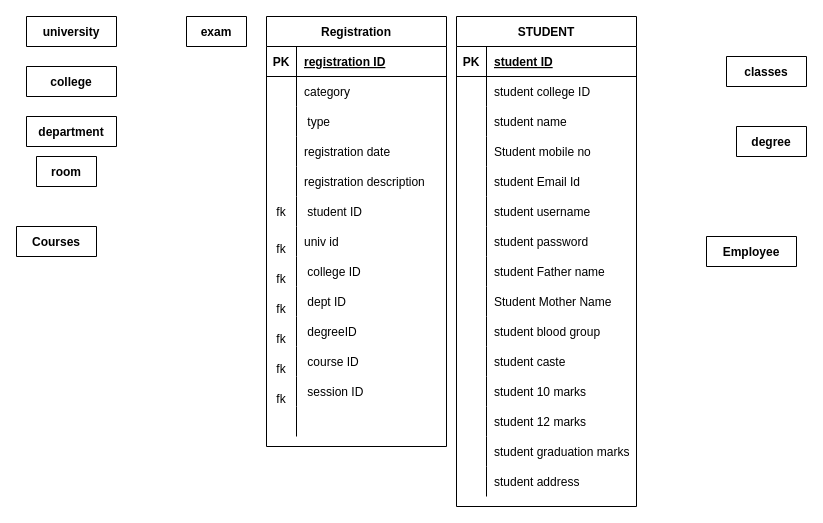
Above: page "Page-1" (1 of 2) of un.drawio in sumantiwari/graph (draw.io), before the change. Source tidied: cells renumbered, new cells numbered last; positions are measured from the earlier drawing's top-left corner, leaving out a move shared by most shapes. Both pictures are drawn from the tidied source at 100%, with x=0, y=0 at pixel (16, 16).
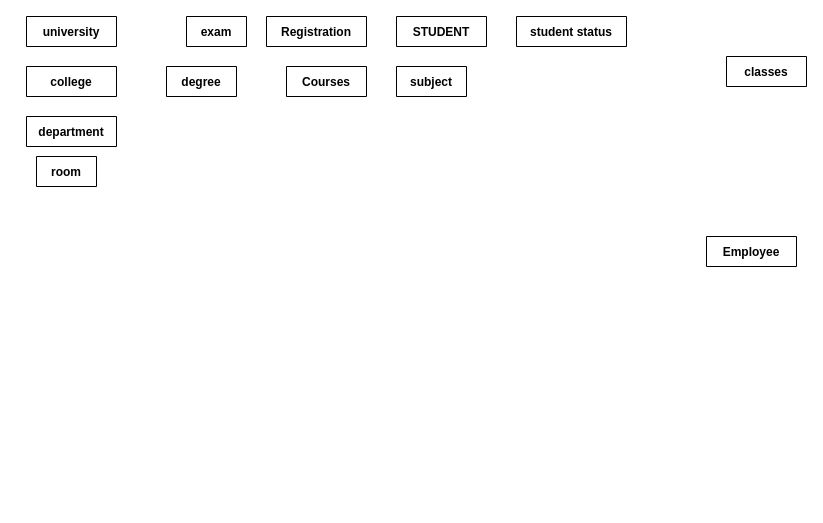
Above is the later version.

What changed in the source:
```diff
@@
-    <mxCell id="8" value="Registration" style="shape=table;startSize=30;childLayout=tableLayout;rowLines=0;fontStyle=1;align=center;" parent="1" vertex="1">
-      <mxGeometry x="250" width="180" height="430" as="geometry" />
+    <mxCell id="8" value="Registration" style="shape=table;startSize=30;childLayout=tableLayout;rowLines=0;fontStyle=1;align=center;" parent="1" vertex="1" collapsed="1">
+      <mxGeometry x="250" width="100" height="30" as="geometry" />
     </mxCell>
-    <mxCell id="9" style="shape=partialRectangle;fillColor=none;top=0;left=0;bottom=1;right=0;" parent="8" vertex="1">
-      <mxGeometry y="30" width="180" height="30" as="geometry" />
-    </mxCell>
-    <mxCell id="10" value="PK" style="shape=partialRectangle;fillColor=none;top=0;left=0;bottom=0;right=0;fontStyle=1;overflow=hidden;" parent="9" vertex="1">
-      <mxGeometry width="30" height="30" as="geometry" />
-    </mxCell>
-    <mxCell id="11" value="registration ID" style="shape=partialRectangle;fillColor=none;top=0;left=0;bottom=0;right=0;align=left;spacingLeft=6;fontStyle=5;overflow=hidden;" parent="9" vertex="1">
-      <mxGeometry x="30" width="150" height="30" as="geometry" />
-    </mxCell>
-    <mxCell id="12" style="shape=partialRectangle;fillColor=none;top=0;left=0;bottom=0;right=0;" parent="8" vertex="1">
-      <mxGeometry y="60" width="180" height="30" as="geometry" />
-    </mxCell>
-    <mxCell id="13" style="shape=partialRectangle;fillColor=none;top=0;left=0;bottom=0;right=0;overflow=hidden;" parent="12" vertex="1">
-      <mxGeometry width="30" height="30" as="geometry" />
-    </mxCell>
-    <mxCell id="14" value="category" style="shape=partialRectangle;fillColor=none;top=0;left=0;bottom=0;right=0;align=left;spacingLeft=6;overflow=hidden;" parent="12" vertex="1">
-      <mxGeometry x="30" width="150" height="30" as="geometry" />
-    </mxCell>
-    <mxCell id="15" style="shape=partialRectangle;fillColor=none;top=0;left=0;bottom=0;right=0;" parent="8" vertex="1">
-      <mxGeometry y="90" width="180" height="30" as="geometry" />
-    </mxCell>
-    <mxCell id="16" style="shape=partialRectangle;fillColor=none;top=0;left=0;bottom=0;right=0;overflow=hidden;" parent="15" vertex="1">
-      <mxGeometry width="30" height="30" as="geometry" />
-    </mxCell>
-    <mxCell id="17" value=" type" style="shape=partialRectangle;fillColor=none;top=0;left=0;bottom=0;right=0;align=left;spacingLeft=6;overflow=hidden;" parent="15" vertex="1">
-      <mxGeometry x="30" width="150" height="30" as="geometry" />
-    </mxCell>
-    <mxCell id="18" style="shape=partialRectangle;fillColor=none;top=0;left=0;bottom=0;right=0;" parent="8" vertex="1">
-      <mxGeometry y="120" width="180" height="30" as="geometry" />
-    </mxCell>
-    <mxCell id="19" style="shape=partialRectangle;fillColor=none;top=0;left=0;bottom=0;right=0;overflow=hidden;" parent="18" vertex="1">
-      <mxGeometry width="30" height="30" as="geometry" />
-    </mxCell>
-    <mxCell id="20" value="registration date" style="shape=partialRectangle;fillColor=none;top=0;left=0;bottom=0;right=0;align=left;spacingLeft=6;overflow=hidden;" parent="18" vertex="1">
-      <mxGeometry x="30" width="150" height="30" as="geometry" />
-    </mxCell>
-    <mxCell id="21" style="shape=partialRectangle;fillColor=none;top=0;left=0;bottom=0;right=0;" parent="8" vertex="1">
-      <mxGeometry y="150" width="180" height="30" as="geometry" />
-    </mxCell>
-    <mxCell id="22" style="shape=partialRectangle;fillColor=none;top=0;left=0;bottom=0;right=0;overflow=hidden;" parent="21" vertex="1">
-      <mxGeometry width="30" height="30" as="geometry" />
-    </mxCell>
-    <mxCell id="23" value="registration description" style="shape=partialRectangle;fillColor=none;top=0;left=0;bottom=0;right=0;align=left;spacingLeft=6;overflow=hidden;" parent="21" vertex="1">
-      <mxGeometry x="30" width="150" height="30" as="geometry" />
-    </mxCell>
-    <mxCell id="24" style="shape=partialRectangle;fillColor=none;top=0;left=0;bottom=0;right=0;" parent="8" vertex="1">
-      <mxGeometry y="180" width="180" height="30" as="geometry" />
-    </mxCell>
-    <mxCell id="25" value="fk" style="shape=partialRectangle;fillColor=none;top=0;left=0;bottom=0;right=0;overflow=hidden;" parent="24" vertex="1">
-      <mxGeometry width="30" height="30" as="geometry" />
-    </mxCell>
-    <mxCell id="26" value=" student ID" style="shape=partialRectangle;fillColor=none;top=0;left=0;bottom=0;right=0;align=left;spacingLeft=6;overflow=hidden;" parent="24" vertex="1">
-      <mxGeometry x="30" width="150" height="30" as="geometry" />
-    </mxCell>
-    <mxCell id="27" style="shape=partialRectangle;fillColor=none;top=0;left=0;bottom=0;right=0;" parent="8" vertex="1">
-      <mxGeometry y="210" width="180" height="30" as="geometry" />
-    </mxCell>
-    <mxCell id="28" value="&#10;fk&#10;&#10;" style="shape=partialRectangle;fillColor=none;top=0;left=0;bottom=0;right=0;overflow=hidden;" parent="27" vertex="1">
-      <mxGeometry width="30" height="30" as="geometry" />
-    </mxCell>
-    <mxCell id="29" value="univ id" style="shape=partialRectangle;fillColor=none;top=0;left=0;bottom=0;right=0;align=left;spacingLeft=6;overflow=hidden;" parent="27" vertex="1">
-      <mxGeometry x="30" width="150" height="30" as="geometry" />
-    </mxCell>
-    <mxCell id="30" style="shape=partialRectangle;fillColor=none;top=0;left=0;bottom=0;right=0;" parent="8" vertex="1">
-      <mxGeometry y="240" width="180" height="30" as="geometry" />
-    </mxCell>
-    <mxCell id="31" value="&#10;fk&#10;&#10;" style="shape=partialRectangle;fillColor=none;top=0;left=0;bottom=0;right=0;overflow=hidden;" parent="30" vertex="1">
-      <mxGeometry width="30" height="30" as="geometry" />
-    </mxCell>
-    <mxCell id="32" value=" college ID" style="shape=partialRectangle;fillColor=none;top=0;left=0;bottom=0;right=0;align=left;spacingLeft=6;overflow=hidden;" parent="30" vertex="1">
-      <mxGeometry x="30" width="150" height="30" as="geometry" />
-    </mxCell>
-    <mxCell id="33" style="shape=partialRectangle;fillColor=none;top=0;left=0;bottom=0;right=0;" parent="8" vertex="1">
-      <mxGeometry y="270" width="180" height="30" as="geometry" />
-    </mxCell>
-    <mxCell id="34" value="&#10;fk&#10;&#10;" style="shape=partialRectangle;fillColor=none;top=0;left=0;bottom=0;right=0;overflow=hidden;" parent="33" vertex="1">
-      <mxGeometry width="30" height="30" as="geometry" />
-    </mxCell>
-    <mxCell id="35" value=" dept ID" style="shape=partialRectangle;fillColor=none;top=0;left=0;bottom=0;right=0;align=left;spacingLeft=6;overflow=hidden;" parent="33" vertex="1">
-      <mxGeometry x="30" width="150" height="30" as="geometry" />
-    </mxCell>
-    <mxCell id="36" style="shape=partialRectangle;fillColor=none;top=0;left=0;bottom=0;right=0;" parent="8" vertex="1">
-      <mxGeometry y="300" width="180" height="30" as="geometry" />
-    </mxCell>
-    <mxCell id="37" value="&#10;fk&#10;&#10;" style="shape=partialRectangle;fillColor=none;top=0;left=0;bottom=0;right=0;overflow=hidden;" parent="36" vertex="1">
-      <mxGeometry width="30" height="30" as="geometry" />
-    </mxCell>
-    <mxCell id="38" value=" degreeID" style="shape=partialRectangle;fillColor=none;top=0;left=0;bottom=0;right=0;align=left;spacingLeft=6;overflow=hidden;" parent="36" vertex="1">
-      <mxGeometry x="30" width="150" height="30" as="geometry" />
-    </mxCell>
-    <mxCell id="39" style="shape=partialRectangle;fillColor=none;top=0;left=0;bottom=0;right=0;" parent="8" vertex="1">
-      <mxGeometry y="330" width="180" height="30" as="geometry" />
-    </mxCell>
-    <mxCell id="40" value="&#10;fk&#10;&#10;" style="shape=partialRectangle;fillColor=none;top=0;left=0;bottom=0;right=0;overflow=hidden;" parent="39" vertex="1">
-      <mxGeometry width="30" height="30" as="geometry" />
-    </mxCell>
-    <mxCell id="41" value=" course ID" style="shape=partialRectangle;fillColor=none;top=0;left=0;bottom=0;right=0;align=left;spacingLeft=6;overflow=hidden;" parent="39" vertex="1">
-      <mxGeometry x="30" width="150" height="30" as="geometry" />
-    </mxCell>
-    <mxCell id="42" style="shape=partialRectangle;fillColor=none;top=0;left=0;bottom=0;right=0;" parent="8" vertex="1">
-      <mxGeometry y="360" width="180" height="30" as="geometry" />
-    </mxCell>
-    <mxCell id="43" value="&#10;fk&#10;&#10;" style="shape=partialRectangle;fillColor=none;top=0;left=0;bottom=0;right=0;overflow=hidden;" parent="42" vertex="1">
-      <mxGeometry width="30" height="30" as="geometry" />
-    </mxCell>
-    <mxCell id="44" value=" session ID" style="shape=partialRectangle;fillColor=none;top=0;left=0;bottom=0;right=0;align=left;spacingLeft=6;overflow=hidden;" parent="42" vertex="1">
-      <mxGeometry x="30" width="150" height="30" as="geometry" />
-    </mxCell>
-    <mxCell id="45" style="shape=partialRectangle;fillColor=none;top=0;left=0;bottom=0;right=0;" parent="8" vertex="1">
-      <mxGeometry y="390" width="180" height="30" as="geometry" />
-    </mxCell>
-    <mxCell id="46" style="shape=partialRectangle;fillColor=none;top=0;left=0;bottom=0;right=0;overflow=hidden;" parent="45" vertex="1">
-      <mxGeometry width="30" height="30" as="geometry" />
-    </mxCell>
-    <mxCell id="47" style="shape=partialRectangle;fillColor=none;top=0;left=0;bottom=0;right=0;align=left;spacingLeft=6;overflow=hidden;" parent="45" vertex="1">
-      <mxGeometry x="30" width="150" height="30" as="geometry" />
-    </mxCell>
+    <mxCell id="94" value="classes" style="shape=table;startSize=30;childLayout=tableLayout;rowLines=0;fontStyle=1;align=center;" parent="1" vertex="1" collapsed="1">
+      <mxGeometry x="710" y="40" width="80" height="30" as="geometry" />
+    </mxCell>
-    <mxCell id="48" value="STUDENT" style="shape=table;startSize=30;childLayout=tableLayout;rowLines=0;fontStyle=1;align=center;" parent="1" vertex="1">
-      <mxGeometry x="440" width="180" height="490" as="geometry" />
+    <mxCell id="48" value="STUDENT" style="shape=table;startSize=30;childLayout=tableLayout;rowLines=0;fontStyle=1;align=center;" parent="1" vertex="1" collapsed="1">
+      <mxGeometry x="380" width="90" height="30" as="geometry" />
     </mxCell>
-    <mxCell id="49" style="shape=partialRectangle;fillColor=none;top=0;left=0;bottom=1;right=0;" parent="48" vertex="1">
-      <mxGeometry y="30" width="180" height="30" as="geometry" />
-    </mxCell>
-    <mxCell id="50" value="PK" style="shape=partialRectangle;fillColor=none;top=0;left=0;bottom=0;right=0;fontStyle=1;overflow=hidden;" parent="49" vertex="1">
-      <mxGeometry width="30" height="30" as="geometry" />
-    </mxCell>
-    <mxCell id="51" value="student ID" style="shape=partialRectangle;fillColor=none;top=0;left=0;bottom=0;right=0;align=left;spacingLeft=6;fontStyle=5;overflow=hidden;" parent="49" vertex="1">
-      <mxGeometry x="30" width="150" height="30" as="geometry" />
-    </mxCell>
-    <mxCell id="52" style="shape=partialRectangle;fillColor=none;top=0;left=0;bottom=0;right=0;" parent="48" vertex="1">
-      <mxGeometry y="60" width="180" height="30" as="geometry" />
-    </mxCell>
-    <mxCell id="53" style="shape=partialRectangle;fillColor=none;top=0;left=0;bottom=0;right=0;overflow=hidden;" parent="52" vertex="1">
-      <mxGeometry width="30" height="30" as="geometry" />
-    </mxCell>
-    <mxCell id="54" value="student college ID" style="shape=partialRectangle;fillColor=none;top=0;left=0;bottom=0;right=0;align=left;spacingLeft=6;overflow=hidden;" parent="52" vertex="1">
-      <mxGeometry x="30" width="150" height="30" as="geometry" />
-    </mxCell>
-    <mxCell id="55" style="shape=partialRectangle;fillColor=none;top=0;left=0;bottom=0;right=0;" parent="48" vertex="1">
-      <mxGeometry y="90" width="180" height="30" as="geometry" />
-    </mxCell>
-    <mxCell id="56" style="shape=partialRectangle;fillColor=none;top=0;left=0;bottom=0;right=0;overflow=hidden;" parent="55" vertex="1">
-      <mxGeometry width="30" height="30" as="geometry" />
-    </mxCell>
-    <mxCell id="57" value="student name" style="shape=partialRectangle;fillColor=none;top=0;left=0;bottom=0;right=0;align=left;spacingLeft=6;overflow=hidden;" parent="55" vertex="1">
-      <mxGeometry x="30" width="150" height="30" as="geometry" />
-    </mxCell>
-    <mxCell id="58" style="shape=partialRectangle;fillColor=none;top=0;left=0;bottom=0;right=0;" parent="48" vertex="1">
-      <mxGeometry y="120" width="180" height="30" as="geometry" />
-    </mxCell>
-    <mxCell id="59" style="shape=partialRectangle;fillColor=none;top=0;left=0;bottom=0;right=0;overflow=hidden;" parent="58" vertex="1">
-      <mxGeometry width="30" height="30" as="geometry" />
-    </mxCell>
-    <mxCell id="60" value="Student mobile no" style="shape=partialRectangle;fillColor=none;top=0;left=0;bottom=0;right=0;align=left;spacingLeft=6;overflow=hidden;" parent="58" vertex="1">
-      <mxGeometry x="30" width="150" height="30" as="geometry" />
-    </mxCell>
-    <mxCell id="61" style="shape=partialRectangle;fillColor=none;top=0;left=0;bottom=0;right=0;" parent="48" vertex="1">
-      <mxGeometry y="150" width="180" height="30" as="geometry" />
-    </mxCell>
-    <mxCell id="62" style="shape=partialRectangle;fillColor=none;top=0;left=0;bottom=0;right=0;overflow=hidden;" parent="61" vertex="1">
-      <mxGeometry width="30" height="30" as="geometry" />
-    </mxCell>
-    <mxCell id="63" value="student Email Id" style="shape=partialRectangle;fillColor=none;top=0;left=0;bottom=0;right=0;align=left;spacingLeft=6;overflow=hidden;" parent="61" vertex="1">
-      <mxGeometry x="30" width="150" height="30" as="geometry" />
-    </mxCell>
-    <mxCell id="64" style="shape=partialRectangle;fillColor=none;top=0;left=0;bottom=0;right=0;" parent="48" vertex="1">
-      <mxGeometry y="180" width="180" height="30" as="geometry" />
-    </mxCell>
-    <mxCell id="65" style="shape=partialRectangle;fillColor=none;top=0;left=0;bottom=0;right=0;overflow=hidden;" parent="64" vertex="1">
-      <mxGeometry width="30" height="30" as="geometry" />
-    </mxCell>
-    <mxCell id="66" value="student username" style="shape=partialRectangle;fillColor=none;top=0;left=0;bottom=0;right=0;align=left;spacingLeft=6;overflow=hidden;" parent="64" vertex="1">
-      <mxGeometry x="30" width="150" height="30" as="geometry" />
-    </mxCell>
-    <mxCell id="67" style="shape=partialRectangle;fillColor=none;top=0;left=0;bottom=0;right=0;" parent="48" vertex="1">
-      <mxGeometry y="210" width="180" height="30" as="geometry" />
-    </mxCell>
-    <mxCell id="68" style="shape=partialRectangle;fillColor=none;top=0;left=0;bottom=0;right=0;overflow=hidden;" parent="67" vertex="1">
-      <mxGeometry width="30" height="30" as="geometry" />
-    </mxCell>
-    <mxCell id="69" value="student password" style="shape=partialRectangle;fillColor=none;top=0;left=0;bottom=0;right=0;align=left;spacingLeft=6;overflow=hidden;" parent="67" vertex="1">
-      <mxGeometry x="30" width="150" height="30" as="geometry" />
-    </mxCell>
-    <mxCell id="70" style="shape=partialRectangle;fillColor=none;top=0;left=0;bottom=0;right=0;" parent="48" vertex="1">
-      <mxGeometry y="240" width="180" height="30" as="geometry" />
-    </mxCell>
-    <mxCell id="71" style="shape=partialRectangle;fillColor=none;top=0;left=0;bottom=0;right=0;overflow=hidden;" parent="70" vertex="1">
-      <mxGeometry width="30" height="30" as="geometry" />
-    </mxCell>
-    <mxCell id="72" value="student Father name" style="shape=partialRectangle;fillColor=none;top=0;left=0;bottom=0;right=0;align=left;spacingLeft=6;overflow=hidden;" parent="70" vertex="1">
-      <mxGeometry x="30" width="150" height="30" as="geometry" />
-    </mxCell>
-    <mxCell id="73" style="shape=partialRectangle;fillColor=none;top=0;left=0;bottom=0;right=0;" parent="48" vertex="1">
-      <mxGeometry y="270" width="180" height="30" as="geometry" />
-    </mxCell>
-    <mxCell id="74" style="shape=partialRectangle;fillColor=none;top=0;left=0;bottom=0;right=0;overflow=hidden;" parent="73" vertex="1">
-      <mxGeometry width="30" height="30" as="geometry" />
-    </mxCell>
-    <mxCell id="75" value="Student Mother Name" style="shape=partialRectangle;fillColor=none;top=0;left=0;bottom=0;right=0;align=left;spacingLeft=6;overflow=hidden;" parent="73" vertex="1">
-      <mxGeometry x="30" width="150" height="30" as="geometry" />
-    </mxCell>
-    <mxCell id="76" style="shape=partialRectangle;fillColor=none;top=0;left=0;bottom=0;right=0;" parent="48" vertex="1">
-      <mxGeometry y="300" width="180" height="30" as="geometry" />
-    </mxCell>
-    <mxCell id="77" style="shape=partialRectangle;fillColor=none;top=0;left=0;bottom=0;right=0;overflow=hidden;" parent="76" vertex="1">
-      <mxGeometry width="30" height="30" as="geometry" />
-    </mxCell>
-    <mxCell id="78" value="student blood group" style="shape=partialRectangle;fillColor=none;top=0;left=0;bottom=0;right=0;align=left;spacingLeft=6;overflow=hidden;" parent="76" vertex="1">
-      <mxGeometry x="30" width="150" height="30" as="geometry" />
-    </mxCell>
-    <mxCell id="79" style="shape=partialRectangle;fillColor=none;top=0;left=0;bottom=0;right=0;" parent="48" vertex="1">
-      <mxGeometry y="330" width="180" height="30" as="geometry" />
-    </mxCell>
-    <mxCell id="80" style="shape=partialRectangle;fillColor=none;top=0;left=0;bottom=0;right=0;overflow=hidden;" parent="79" vertex="1">
-      <mxGeometry width="30" height="30" as="geometry" />
-    </mxCell>
-    <mxCell id="81" value="student caste" style="shape=partialRectangle;fillColor=none;top=0;left=0;bottom=0;right=0;align=left;spacingLeft=6;overflow=hidden;" parent="79" vertex="1">
-      <mxGeometry x="30" width="150" height="30" as="geometry" />
-    </mxCell>
-    <mxCell id="82" style="shape=partialRectangle;fillColor=none;top=0;left=0;bottom=0;right=0;" parent="48" vertex="1">
-      <mxGeometry y="360" width="180" height="30" as="geometry" />
-    </mxCell>
-    <mxCell id="83" style="shape=partialRectangle;fillColor=none;top=0;left=0;bottom=0;right=0;overflow=hidden;" parent="82" vertex="1">
-      <mxGeometry width="30" height="30" as="geometry" />
-    </mxCell>
-    <mxCell id="84" value="student 10 marks" style="shape=partialRectangle;fillColor=none;top=0;left=0;bottom=0;right=0;align=left;spacingLeft=6;overflow=hidden;" parent="82" vertex="1">
-      <mxGeometry x="30" width="150" height="30" as="geometry" />
-    </mxCell>
-    <mxCell id="85" style="shape=partialRectangle;fillColor=none;top=0;left=0;bottom=0;right=0;" parent="48" vertex="1">
-      <mxGeometry y="390" width="180" height="30" as="geometry" />
-    </mxCell>
-    <mxCell id="86" style="shape=partialRectangle;fillColor=none;top=0;left=0;bottom=0;right=0;overflow=hidden;" parent="85" vertex="1">
-      <mxGeometry width="30" height="30" as="geometry" />
-    </mxCell>
-    <mxCell id="87" value="student 12 marks" style="shape=partialRectangle;fillColor=none;top=0;left=0;bottom=0;right=0;align=left;spacingLeft=6;overflow=hidden;" parent="85" vertex="1">
-      <mxGeometry x="30" width="150" height="30" as="geometry" />
-    </mxCell>
-    <mxCell id="88" style="shape=partialRectangle;fillColor=none;top=0;left=0;bottom=0;right=0;" parent="48" vertex="1">
-      <mxGeometry y="420" width="180" height="30" as="geometry" />
-    </mxCell>
-    <mxCell id="89" style="shape=partialRectangle;fillColor=none;top=0;left=0;bottom=0;right=0;overflow=hidden;" parent="88" vertex="1">
-      <mxGeometry width="30" height="30" as="geometry" />
-    </mxCell>
-    <mxCell id="90" value="student graduation marks" style="shape=partialRectangle;fillColor=none;top=0;left=0;bottom=0;right=0;align=left;spacingLeft=6;overflow=hidden;" parent="88" vertex="1">
-      <mxGeometry x="30" width="150" height="30" as="geometry" />
-    </mxCell>
-    <mxCell id="91" style="shape=partialRectangle;fillColor=none;top=0;left=0;bottom=0;right=0;" parent="48" vertex="1">
-      <mxGeometry y="450" width="180" height="30" as="geometry" />
-    </mxCell>
-    <mxCell id="92" style="shape=partialRectangle;fillColor=none;top=0;left=0;bottom=0;right=0;overflow=hidden;" parent="91" vertex="1">
-      <mxGeometry width="30" height="30" as="geometry" />
-    </mxCell>
-    <mxCell id="93" value="student address" style="shape=partialRectangle;fillColor=none;top=0;left=0;bottom=0;right=0;align=left;spacingLeft=6;overflow=hidden;" parent="91" vertex="1">
-      <mxGeometry x="30" width="150" height="30" as="geometry" />
-    </mxCell>
-    <mxCell id="94" value="classes" style="shape=table;startSize=30;childLayout=tableLayout;rowLines=0;fontStyle=1;align=center;" parent="1" vertex="1" collapsed="1">
-      <mxGeometry x="710" y="40" width="80" height="30" as="geometry" />
-    </mxCell>
+    <mxCell id="97" value="student status" style="shape=table;startSize=30;childLayout=tableLayout;rowLines=0;fontStyle=1;align=center;labelBackgroundColor=none;" parent="1" vertex="1" collapsed="1">
+      <mxGeometry x="500" width="110" height="30" as="geometry" />
+    </mxCell>
+    <mxCell id="98" value="subject" style="shape=table;startSize=30;childLayout=tableLayout;rowLines=0;fontStyle=1;align=center;labelBackgroundColor=none;" parent="1" vertex="1" collapsed="1">
+      <mxGeometry x="380" y="50" width="70" height="30" as="geometry" />
+    </mxCell>
+    <mxCell id="96" value="Courses" style="shape=table;startSize=30;childLayout=tableLayout;rowLines=0;fontStyle=1;align=center;" parent="1" vertex="1" collapsed="1">
+      <mxGeometry x="270" y="50" width="80" height="30" as="geometry" />
+    </mxCell>
     <mxCell id="95" value="degree" style="shape=table;startSize=30;childLayout=tableLayout;rowLines=0;fontStyle=1;align=center;" parent="1" vertex="1" collapsed="1">
-      <mxGeometry x="720" y="110" width="70" height="30" as="geometry" />
+      <mxGeometry x="150" y="50" width="70" height="30" as="geometry" />
     </mxCell>
-    <mxCell id="96" value="Courses" style="shape=table;startSize=30;childLayout=tableLayout;rowLines=0;fontStyle=1;align=center;" parent="1" vertex="1" collapsed="1">
-      <mxGeometry y="210" width="80" height="30" as="geometry" />
-    </mxCell>
```
